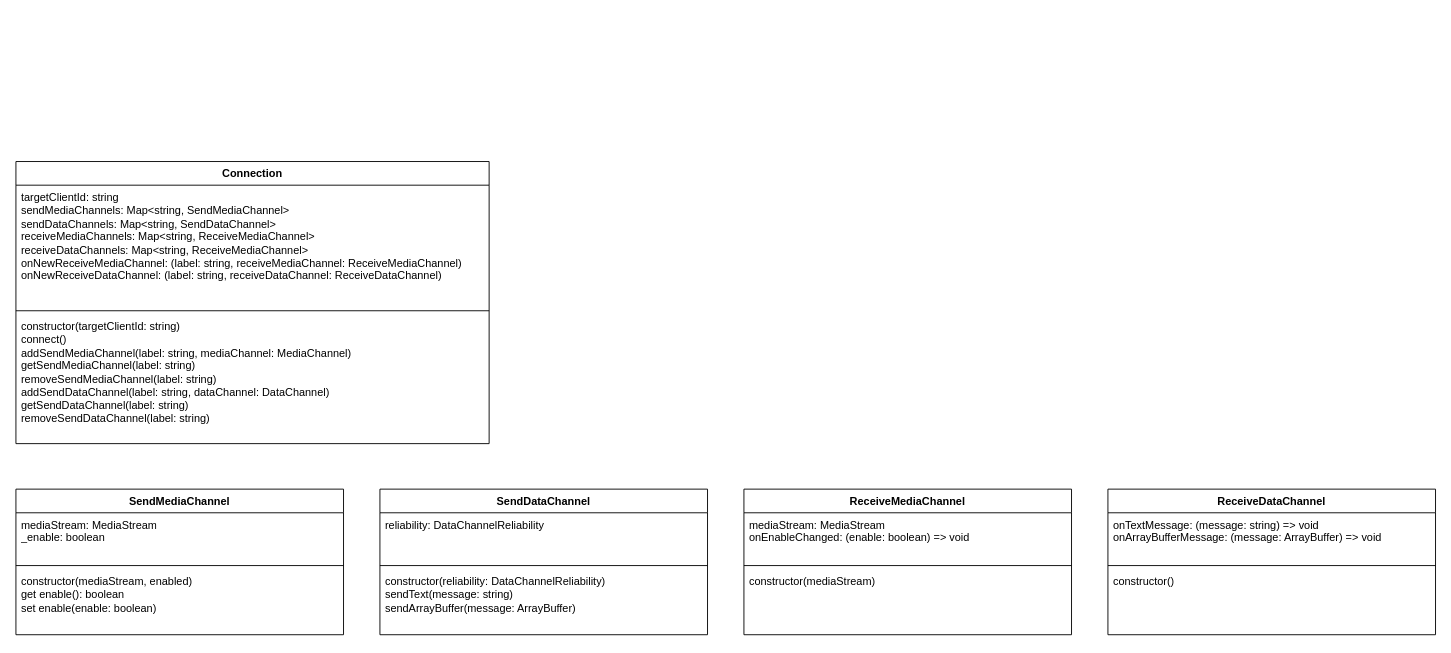
Before: docs/class.drawio in aquilaneo/webrtc-wrapper, a draw.io diagram. Source tidied: cells renumbered, new cells numbered last; positions are measured from the earlier drawing's top-left corner, leaving out a move shared by most shapes. Both pictures are drawn from the tidied source at 91%, with x=0, y=0 at pixel (15, 161).
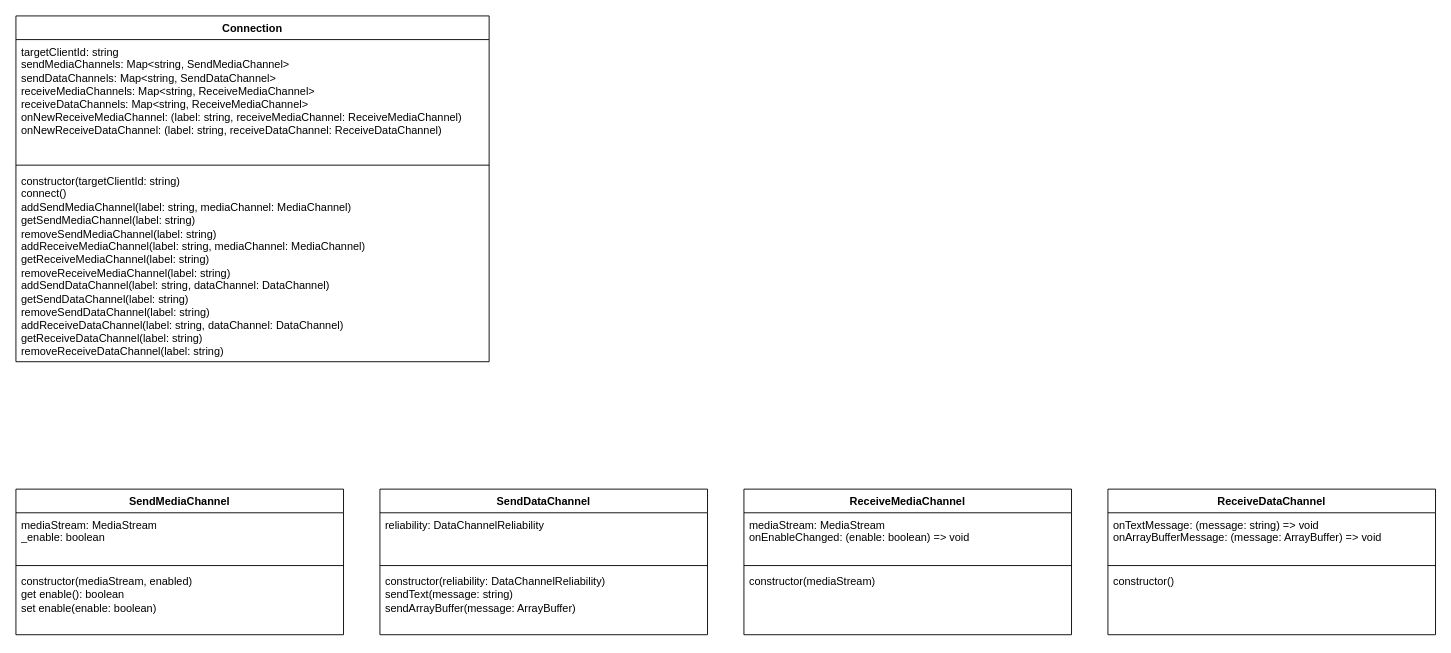
Above is the later version.

Diff of the diagram source:
```diff
@@
     <mxCell id="2" value="Connection" style="swimlane;fontStyle=1;align=center;verticalAlign=top;horizontal=1;startSize=26;whiteSpace=wrap;html=1;" parent="1" vertex="1">
-      <mxGeometry width="520" height="310" as="geometry" />
+      <mxGeometry y="-160" width="520" height="380" as="geometry" />
     </mxCell>
@@
-    <mxCell id="5" value="constructor(targetClientId: string)&lt;br&gt;connect()&lt;br&gt;addSendMediaChannel(label: string, mediaChannel: MediaChannel)&lt;br&gt;getSendMediaChannel(label: string)&lt;br&gt;removeSendMediaChannel(label: string)&lt;br&gt;addSendDataChannel(label: string, dataChannel: DataChannel)&lt;br&gt;getSendDataChannel(label: string)&lt;br&gt;removeSendDataChannel(label: string)" style="text;strokeColor=none;fillColor=none;align=left;verticalAlign=top;spacingLeft=4;spacingRight=4;overflow=hidden;whiteSpace=wrap;html=1;" parent="2" vertex="1">
-      <mxGeometry y="168" width="520" height="142" as="geometry" />
+    <mxCell id="5" value="constructor(targetClientId: string)&lt;br&gt;connect()&lt;br&gt;addSendMediaChannel(label: string, mediaChannel: MediaChannel)&lt;br&gt;getSendMediaChannel(label: string)&lt;br&gt;removeSendMediaChannel(label: string)&lt;br&gt;addReceiveMediaChannel(label: string, mediaChannel: MediaChannel)&lt;br style=&quot;border-color: var(--border-color);&quot;&gt;getReceiveMediaChannel(label: string)&lt;br style=&quot;border-color: var(--border-color);&quot;&gt;removeReceiveMediaChannel(label: string)&lt;br style=&quot;border-color: var(--border-color);&quot;&gt;addSendDataChannel(label: string, dataChannel: DataChannel)&lt;br&gt;getSendDataChannel(label: string)&lt;br&gt;removeSendDataChannel(label: string)&lt;br&gt;addReceiveDataChannel(label: string, dataChannel: DataChannel)&lt;br style=&quot;border-color: var(--border-color);&quot;&gt;getReceiveDataChannel(label: string)&lt;br style=&quot;border-color: var(--border-color);&quot;&gt;removeReceiveDataChannel(label: string)" style="text;strokeColor=none;fillColor=none;align=left;verticalAlign=top;spacingLeft=4;spacingRight=4;overflow=hidden;whiteSpace=wrap;html=1;" parent="2" vertex="1">
+      <mxGeometry y="168" width="520" height="212" as="geometry" />
     </mxCell>
```
